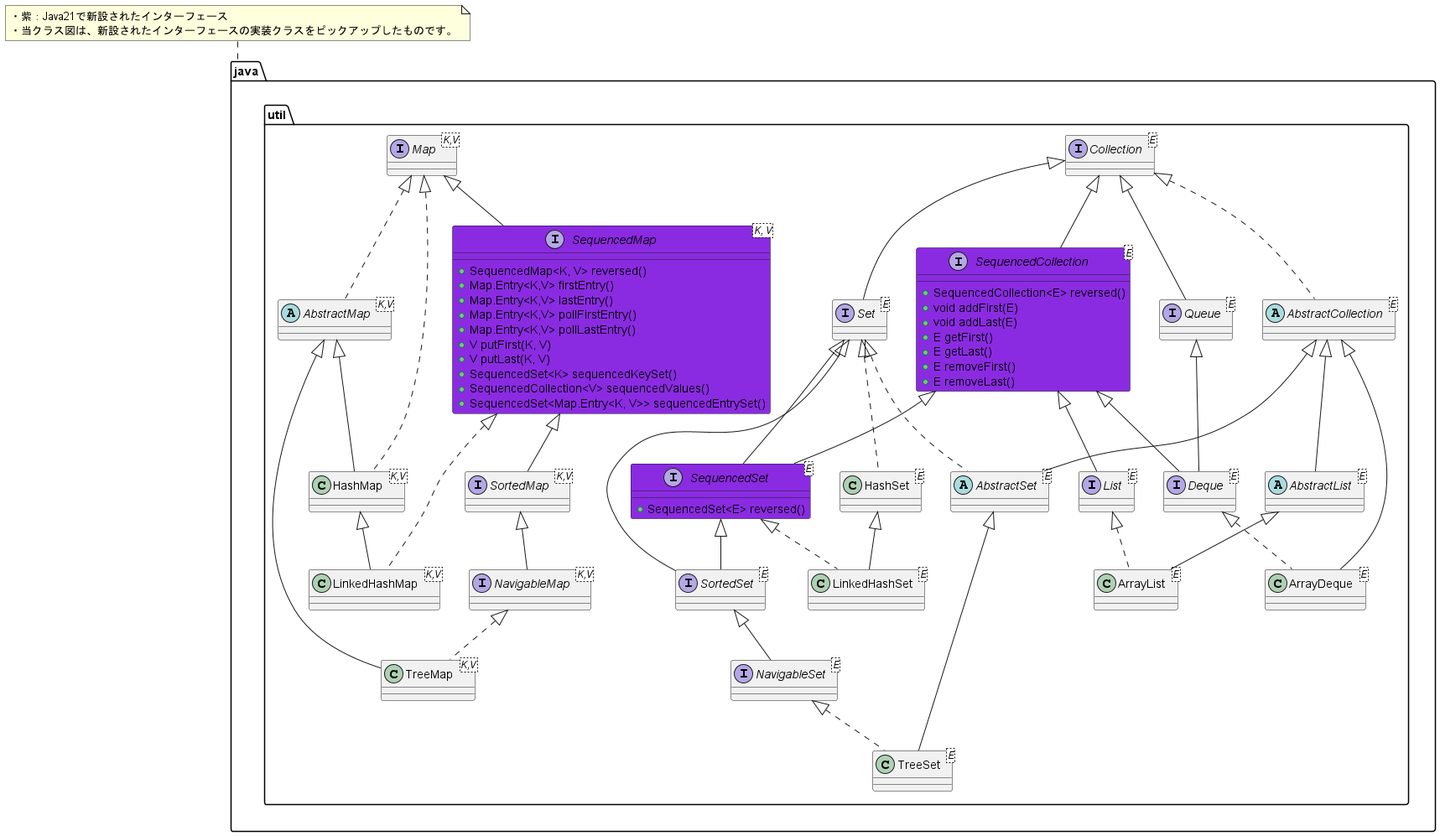
Above: src/img/blogs/2023/1003_java21_jep431.png in mamezou-tech/mamezou-tech-site (PlantUML), before the change. Source of this version:
```plantuml
@startuml 092x_java21_jep431

note top of java
・紫：Java21で新設されたインターフェース
・当クラス図は、新設されたインターフェースの実装クラスをピックアップしたものです。
end note

namespace java {

  namespace util {
    interface Collection<E>

    interface SequencedCollection<E> #BlueViolet {
      +SequencedCollection<E> reversed()
      +void addFirst(E)
      +void addLast(E)
      +E getFirst()
      +E getLast()
      +E removeFirst()
      +E removeLast()
    }
    Collection <|-- SequencedCollection

    interface List<E>
    SequencedCollection <|-- List

    interface Set<E>
    Collection <|-- Set

    interface SequencedSet<E> #BlueViolet {
      +SequencedSet<E> reversed()
    }
    SequencedCollection <|-- SequencedSet
    Set <|-- SequencedSet

    interface SortedSet<E>
    Set <|-- SortedSet
    SequencedSet <|-- SortedSet

    interface NavigableSet<E>
    SortedSet <|-- NavigableSet

    interface Queue<E>
    Collection <|-- Queue

    interface Deque<E>
    Queue <|-- Deque
    SequencedCollection <|-- Deque

    interface Map<K,V>

    interface SequencedMap<K, V> #BlueViolet {
      +SequencedMap<K, V> reversed()
      +Map.Entry<K,V> firstEntry()
      +Map.Entry<K,V> lastEntry()
      +Map.Entry<K,V> pollFirstEntry()
      +Map.Entry<K,V> pollLastEntry()
      +V putFirst(K, V)
      +V putLast(K, V)
      +SequencedSet<K> sequencedKeySet()
      +SequencedCollection<V> sequencedValues()
      +SequencedSet<Map.Entry<K, V>> sequencedEntrySet()
    }
    Map <|-- SequencedMap

    interface SortedMap<K,V>
    SequencedMap <|-- SortedMap

    interface NavigableMap<K,V>
    SortedMap <|-- NavigableMap

    abstract class AbstractCollection<E>
    Collection <|.. AbstractCollection

    abstract class AbstractList<E>
    AbstractCollection <|-- AbstractList


    abstract class AbstractSet<E>
    AbstractCollection <|-- AbstractSet
    Set <|.. AbstractSet


    abstract class AbstractMap<K,V>
    Map <|.. AbstractMap

    class ArrayList<E>
    AbstractList <|-- ArrayList
    List <|.. ArrayList





    class HashSet<E>
    Set <|.. HashSet

    class LinkedHashSet<E>
    HashSet <|-- LinkedHashSet
    SequencedSet <|.. LinkedHashSet


    class TreeSet<E>
    AbstractSet <|-- TreeSet
    NavigableSet <|.. TreeSet

    class ArrayDeque<E>
    AbstractCollection <|-- ArrayDeque
    Deque <|.. ArrayDeque



    class HashMap<K,V>
    AbstractMap <|-- HashMap
    Map <|.. HashMap

    class LinkedHashMap<K,V>
    HashMap <|-- LinkedHashMap
    SequencedMap <|.. LinkedHashMap

    class TreeMap<K,V>
    AbstractMap <|-- TreeMap
    NavigableMap <|.. TreeMap










  }
}

@enduml
```
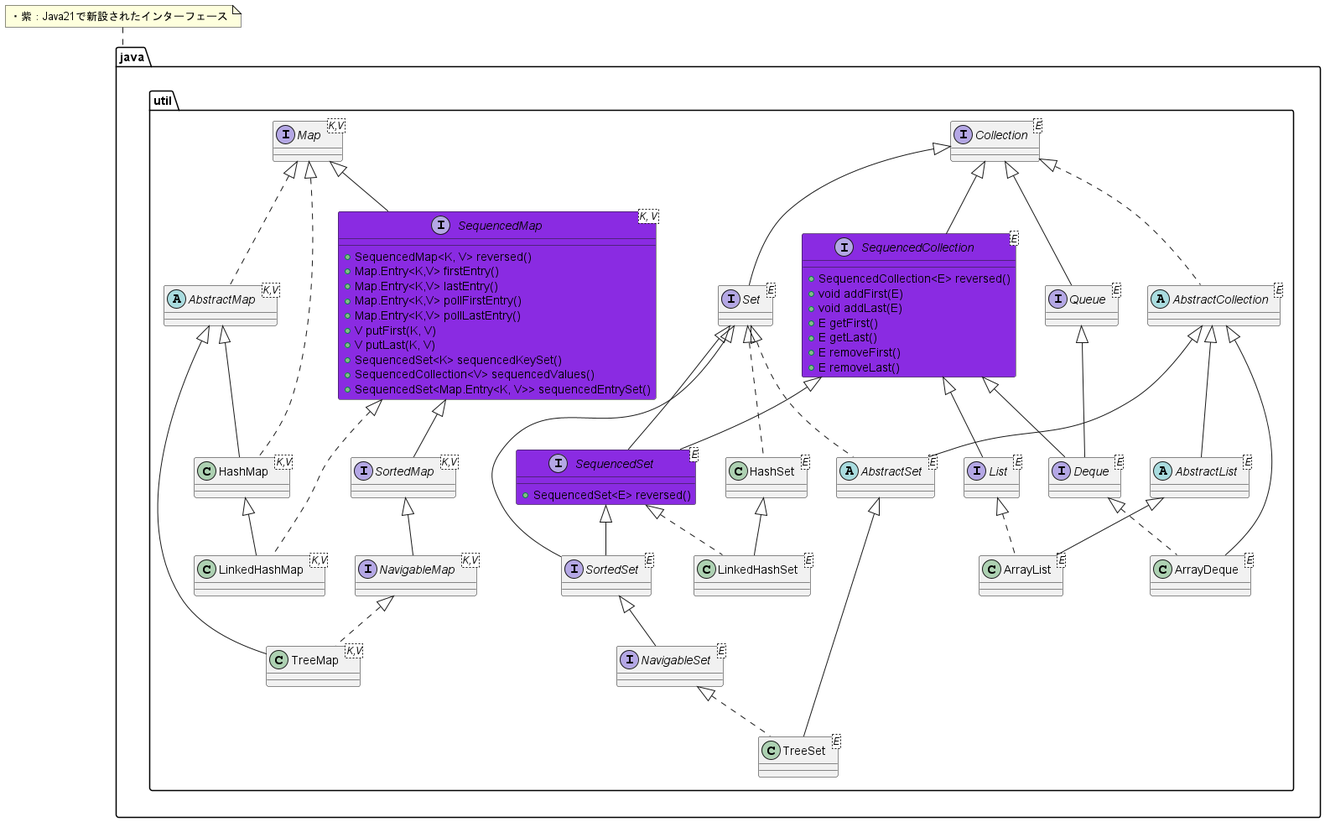
After the commit.

Change to the diagram source:
```diff
@@ -1,8 +1,7 @@
-@startuml 092x_java21_jep431
+@startuml 1003_java21_jep431
 
 note top of java
 ・紫：Java21で新設されたインターフェース
-・当クラス図は、新設されたインターフェースの実装クラスをピックアップしたものです。
 end note
 
 namespace java {
```
